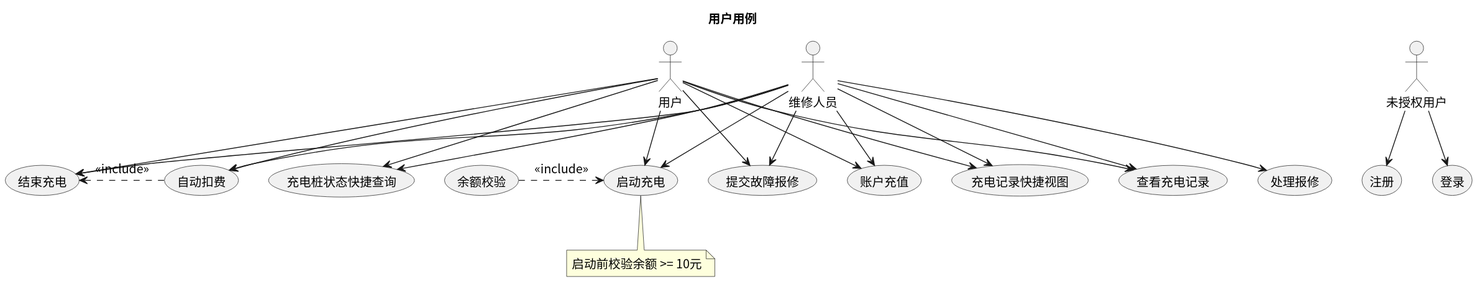
Above: usecase/docs/overview/img/user_usecases.svg in greenhandzdl/charging-station-doc (PlantUML), before the change.
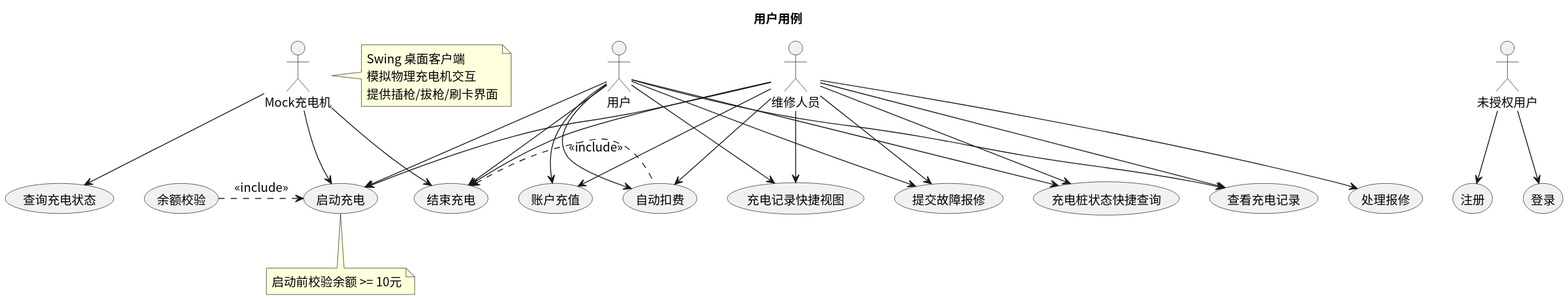
Above is the later version.

What changed in the source:
```diff
@@ -7,6 +7,9 @@
 actor "未授权用户" as G
 actor "用户" as U
 actor "维修人员" as M
+actor "Mock充电机" as MC
+
+note right of MC : Swing 桌面客户端\n模拟物理充电机交互\n提供插枪/拔枪/刷卡界面
 
 usecase "注册" as REG
 usecase "登录" as LOG
@@ -20,6 +23,7 @@
 usecase "处理报修" as HR
 usecase "充电记录快捷视图" as QV
 usecase "充电桩状态快捷查询" as QC
+usecase "查询充电状态" as QC_CM
 
 G --> REG
 G --> LOG
@@ -40,6 +44,9 @@
 M --> HR
 M --> QV
 M --> QC
+MC --> CS
+MC --> EC
+MC --> QC_CM
 
 CS <.left. BAL : <<include>>
 note bottom of CS : 启动前校验余额 >= 10元
```
